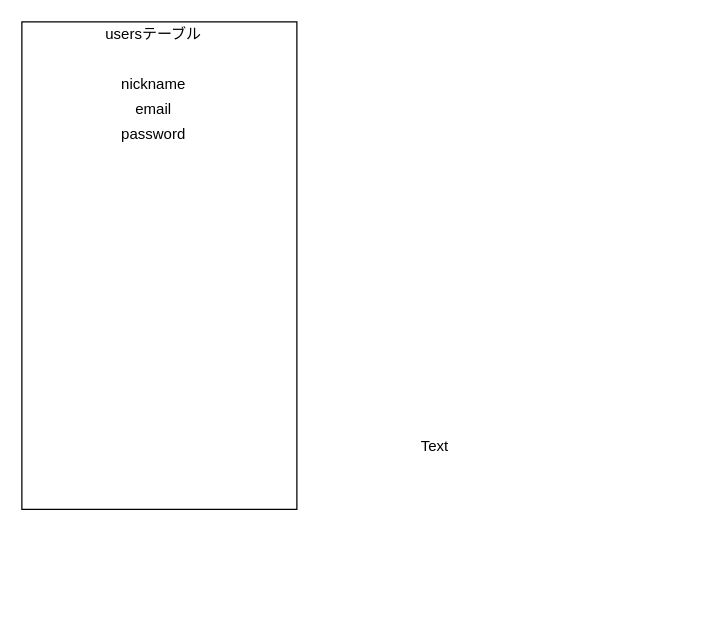
Above: furima.dio in MEGU229/furima-32589 (draw.io), before the change. Source tidied: cells renumbered, new cells numbered last; positions are measured from the earlier drawing's top-left corner, leaving out a move shared by most shapes. Both pictures are drawn from the tidied source at 125%, with x=0, y=0 at pixel (21, 21).
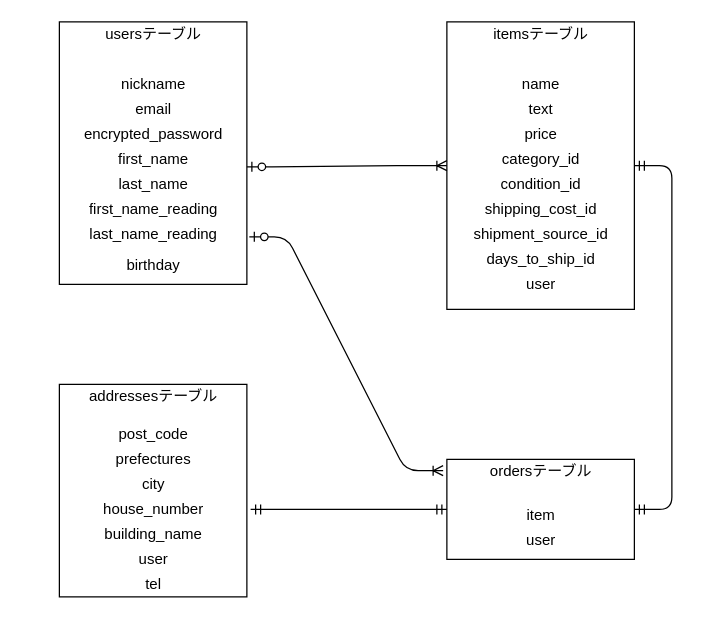
After the change.

Commit message (it also covers changes not shown here):
テーブル設計の訂正

Diff of the diagram source:
```diff
@@
     <mxCell id="2" style="rounded=0;whiteSpace=wrap;html=1;" parent="1" vertex="1">
-      <mxGeometry width="220" height="390" as="geometry" />
+      <mxGeometry x="30" width="150" height="210" as="geometry" />
     </mxCell>
@@
-    <mxCell id="6" value="password" style="text;html=1;align=center;verticalAlign=middle;fillColor=none;strokeColor=none;rounded=0;" parent="1" vertex="1">
-      <mxGeometry x="70" y="80" width="70" height="20" as="geometry" />
+    <mxCell id="6" value="encrypted_password" style="text;html=1;align=center;verticalAlign=middle;fillColor=none;strokeColor=none;rounded=0;" parent="1" vertex="1">
+      <mxGeometry x="40" y="80" width="130" height="20" as="geometry" />
     </mxCell>
-    <mxCell id="7" value="Text" style="text;html=1;align=center;verticalAlign=middle;fillColor=none;strokeColor=none;rounded=0;" parent="1" vertex="1">
-      <mxGeometry x="310" y="330" width="40" height="20" as="geometry" />
-    </mxCell>
+    <mxCell id="8" value="first_name" style="text;html=1;align=center;verticalAlign=middle;fillColor=none;strokeColor=none;rounded=0;" parent="1" vertex="1">
+      <mxGeometry x="70" y="100" width="70" height="20" as="geometry" />
+    </mxCell>
+    <mxCell id="9" value="last_name" style="text;html=1;align=center;verticalAlign=middle;fillColor=none;strokeColor=none;rounded=0;" parent="1" vertex="1">
+      <mxGeometry x="70" y="120" width="70" height="20" as="geometry" />
+    </mxCell>
+    <mxCell id="10" value="first_name_reading" style="text;html=1;align=center;verticalAlign=middle;fillColor=none;strokeColor=none;rounded=0;" parent="1" vertex="1">
+      <mxGeometry x="45" y="140" width="120" height="20" as="geometry" />
+    </mxCell>
+    <mxCell id="11" value="last_name_reading" style="text;html=1;align=center;verticalAlign=middle;fillColor=none;strokeColor=none;rounded=0;" parent="1" vertex="1">
+      <mxGeometry x="45" y="160" width="120" height="20" as="geometry" />
+    </mxCell>
+    <mxCell id="12" value="birthday" style="text;html=1;align=center;verticalAlign=middle;fillColor=none;strokeColor=none;rounded=0;" parent="1" vertex="1">
+      <mxGeometry x="75" y="185" width="60" height="20" as="geometry" />
+    </mxCell>
+    <mxCell id="13" style="edgeStyle=orthogonalEdgeStyle;rounded=0;orthogonalLoop=1;jettySize=auto;html=1;exitX=0.5;exitY=1;exitDx=0;exitDy=0;" parent="1" edge="1" source="2" target="2">
+      <mxGeometry relative="1" as="geometry" />
+    </mxCell>
+    <mxCell id="14" style="rounded=0;whiteSpace=wrap;html=1;" parent="1" vertex="1">
+      <mxGeometry x="340" width="150" height="230" as="geometry" />
+    </mxCell>
+    <mxCell id="15" value="itemsテーブル" style="text;html=1;align=center;verticalAlign=middle;fillColor=none;strokeColor=none;rounded=0;" parent="1" vertex="1">
+      <mxGeometry x="370" width="90" height="20" as="geometry" />
+    </mxCell>
+    <mxCell id="16" value="name" style="text;html=1;align=center;verticalAlign=middle;fillColor=none;strokeColor=none;rounded=0;" parent="1" vertex="1">
+      <mxGeometry x="390" y="40" width="50" height="20" as="geometry" />
+    </mxCell>
+    <mxCell id="17" value="text" style="text;html=1;align=center;verticalAlign=middle;fillColor=none;strokeColor=none;rounded=0;" parent="1" vertex="1">
+      <mxGeometry x="400" y="60" width="30" height="20" as="geometry" />
+    </mxCell>
+    <mxCell id="18" value="price" style="text;html=1;align=center;verticalAlign=middle;fillColor=none;strokeColor=none;rounded=0;" parent="1" vertex="1">
+      <mxGeometry x="395" y="80" width="40" height="20" as="geometry" />
+    </mxCell>
+    <mxCell id="19" value="category_id" style="text;html=1;align=center;verticalAlign=middle;fillColor=none;strokeColor=none;rounded=0;" parent="1" vertex="1">
+      <mxGeometry x="375" y="100" width="80" height="20" as="geometry" />
+    </mxCell>
+    <mxCell id="20" value="condition_id" style="text;html=1;align=center;verticalAlign=middle;fillColor=none;strokeColor=none;rounded=0;" parent="1" vertex="1">
+      <mxGeometry x="375" y="120" width="80" height="20" as="geometry" />
+    </mxCell>
+    <mxCell id="21" value="shipping_cost_id" style="text;html=1;align=center;verticalAlign=middle;fillColor=none;strokeColor=none;rounded=0;" parent="1" vertex="1">
+      <mxGeometry x="365" y="140" width="100" height="20" as="geometry" />
+    </mxCell>
+    <mxCell id="22" value="shipment_source_id" style="text;html=1;align=center;verticalAlign=middle;fillColor=none;strokeColor=none;rounded=0;" parent="1" vertex="1">
+      <mxGeometry x="355" y="160" width="120" height="20" as="geometry" />
+    </mxCell>
+    <mxCell id="23" value="days_to_ship_id" style="text;html=1;align=center;verticalAlign=middle;fillColor=none;strokeColor=none;rounded=0;" parent="1" vertex="1">
+      <mxGeometry x="365" y="180" width="100" height="20" as="geometry" />
+    </mxCell>
+    <mxCell id="24" value="user" style="text;html=1;align=center;verticalAlign=middle;fillColor=none;strokeColor=none;rounded=0;" parent="1" vertex="1">
+      <mxGeometry x="395" y="200" width="40" height="20" as="geometry" />
+    </mxCell>
+    <mxCell id="25" style="rounded=0;whiteSpace=wrap;html=1;" parent="1" vertex="1">
+      <mxGeometry x="340" y="350" width="150" height="80" as="geometry" />
+    </mxCell>
+    <mxCell id="26" value="ordersテーブル" style="text;html=1;align=center;verticalAlign=middle;fillColor=none;strokeColor=none;rounded=0;" parent="1" vertex="1">
+      <mxGeometry x="365" y="350" width="100" height="20" as="geometry" />
+    </mxCell>
+    <mxCell id="27" value="item" style="text;html=1;align=center;verticalAlign=middle;fillColor=none;strokeColor=none;rounded=0;" parent="1" vertex="1">
+      <mxGeometry x="395" y="385" width="40" height="20" as="geometry" />
+    </mxCell>
+    <mxCell id="28" value="user" style="text;html=1;align=center;verticalAlign=middle;fillColor=none;strokeColor=none;rounded=0;" parent="1" vertex="1">
+      <mxGeometry x="395" y="405" width="40" height="20" as="geometry" />
+    </mxCell>
+    <mxCell id="29" style="rounded=0;whiteSpace=wrap;html=1;" parent="1" vertex="1">
+      <mxGeometry x="30" y="290" width="150" height="170" as="geometry" />
+    </mxCell>
+    <mxCell id="30" value="addressesテーブル" style="text;html=1;align=center;verticalAlign=middle;fillColor=none;strokeColor=none;rounded=0;" parent="1" vertex="1">
+      <mxGeometry x="45" y="290" width="120" height="20" as="geometry" />
+    </mxCell>
+    <mxCell id="31" value="post_code" style="text;html=1;align=center;verticalAlign=middle;fillColor=none;strokeColor=none;rounded=0;" parent="1" vertex="1">
+      <mxGeometry x="70" y="320" width="70" height="20" as="geometry" />
+    </mxCell>
+    <mxCell id="32" value="prefectures" style="text;html=1;align=center;verticalAlign=middle;fillColor=none;strokeColor=none;rounded=0;" parent="1" vertex="1">
+      <mxGeometry x="65" y="340" width="80" height="20" as="geometry" />
+    </mxCell>
+    <mxCell id="33" value="city" style="text;html=1;align=center;verticalAlign=middle;fillColor=none;strokeColor=none;rounded=0;" parent="1" vertex="1">
+      <mxGeometry x="90" y="360" width="30" height="20" as="geometry" />
+    </mxCell>
+    <mxCell id="34" value="house_number" style="text;html=1;align=center;verticalAlign=middle;fillColor=none;strokeColor=none;rounded=0;" parent="1" vertex="1">
+      <mxGeometry x="55" y="380" width="100" height="20" as="geometry" />
+    </mxCell>
+    <mxCell id="35" value="building_name" style="text;html=1;align=center;verticalAlign=middle;fillColor=none;strokeColor=none;rounded=0;" parent="1" vertex="1">
+      <mxGeometry x="60" y="400" width="90" height="20" as="geometry" />
+    </mxCell>
+    <mxCell id="36" value="user" style="text;html=1;align=center;verticalAlign=middle;fillColor=none;strokeColor=none;rounded=0;" parent="1" vertex="1">
+      <mxGeometry x="85" y="420" width="40" height="20" as="geometry" />
+    </mxCell>
+    <mxCell id="37" style="edgeStyle=entityRelationEdgeStyle;fontSize=12;html=1;endArrow=ERoneToMany;startArrow=ERzeroToOne;entryX=0;entryY=0.5;entryDx=0;entryDy=0;exitX=1;exitY=0.552;exitDx=0;exitDy=0;exitPerimeter=0;" parent="1" edge="1" source="2" target="14">
+      <mxGeometry relative="1" as="geometry" />
+    </mxCell>
+    <mxCell id="38" style="edgeStyle=entityRelationEdgeStyle;fontSize=12;html=1;endArrow=ERoneToMany;startArrow=ERzeroToOne;exitX=1.013;exitY=0.819;exitDx=0;exitDy=0;exitPerimeter=0;entryX=-0.02;entryY=0.113;entryDx=0;entryDy=0;entryPerimeter=0;" parent="1" edge="1" source="2" target="25">
+      <mxGeometry relative="1" as="geometry" />
+    </mxCell>
+    <mxCell id="39" style="edgeStyle=entityRelationEdgeStyle;fontSize=12;html=1;endArrow=ERmandOne;startArrow=ERmandOne;exitX=1;exitY=0.5;exitDx=0;exitDy=0;" parent="1" edge="1" source="25" target="14">
+      <mxGeometry relative="1" as="geometry" />
+    </mxCell>
+    <mxCell id="40" style="edgeStyle=entityRelationEdgeStyle;fontSize=12;html=1;endArrow=ERmandOne;startArrow=ERmandOne;entryX=0;entryY=0.5;entryDx=0;entryDy=0;" parent="1" edge="1" target="25">
+      <mxGeometry relative="1" as="geometry">
+        <mxPoint x="183" y="390" as="sourcePoint" />
+      </mxGeometry>
+    </mxCell>
+    <mxCell id="41" value="tel" style="text;html=1;align=center;verticalAlign=middle;fillColor=none;strokeColor=none;rounded=0;" parent="1" vertex="1">
+      <mxGeometry x="90" y="440" width="30" height="20" as="geometry" />
+    </mxCell>
```
